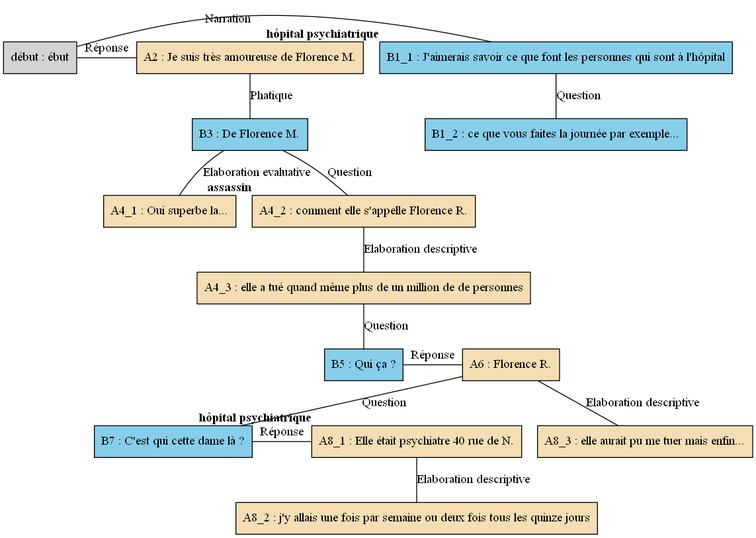
AlaixComet/AnnotationSlamPTut keeps this Graphviz diagram as arbres/Florence/Florence_-_E05.gv.png. Above is the earlier version. Its source is kept beside it as arbres/Florence/Florence_-_E05.gv.
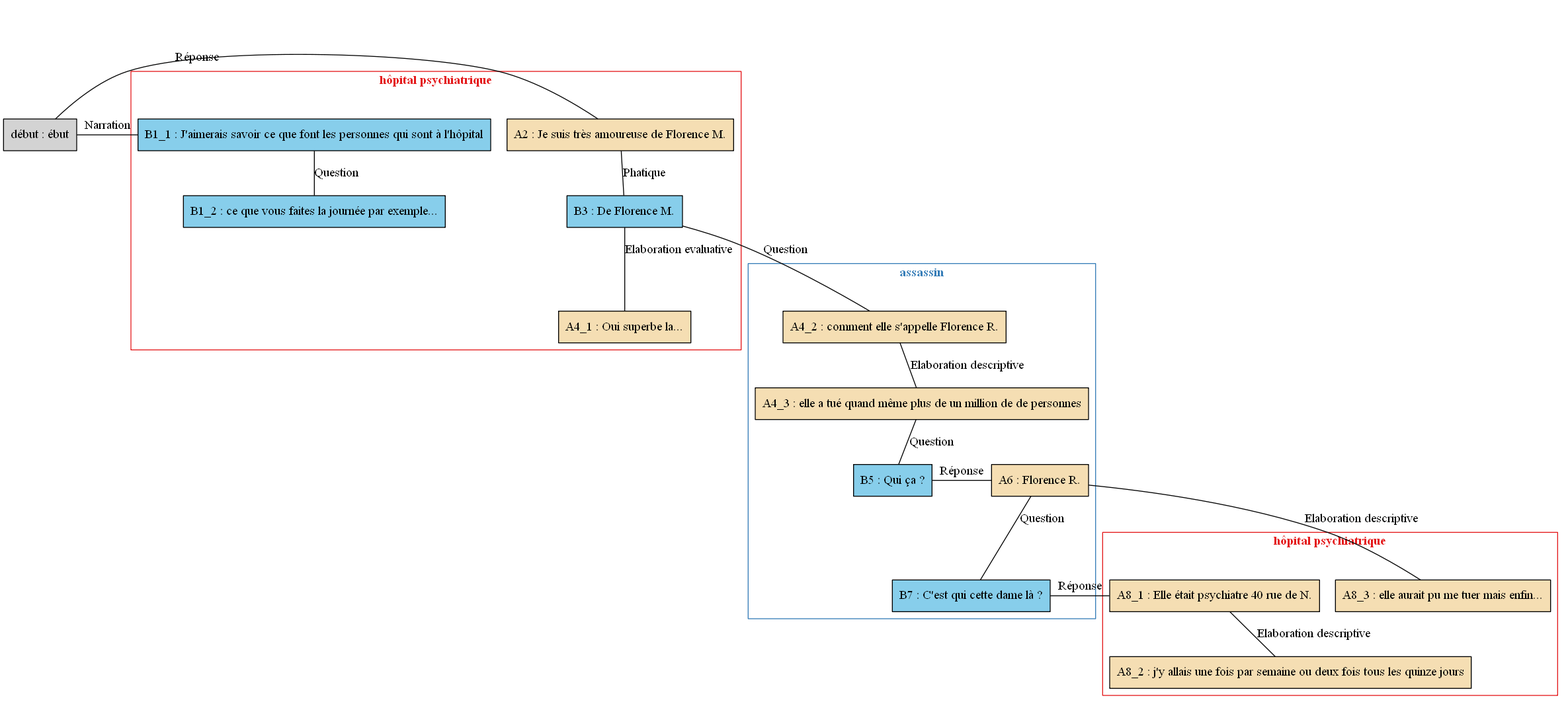
After the change.

Change to the diagram source:
```diff
@@ -1,50 +1,68 @@
 digraph E05 {
 	node [shape=box style=filled]
-	"début" [label="début : ébut" xlabel=""]
-	B1_1 [label="B1_1 : J'aimerais savoir ce que font les personnes qui sont à l'hôpital" fillcolor=skyblue xlabel=<<B>hôpital psychiatrique</B>>]
-	B1_2 [label="B1_2 : ce que vous faites la journée par exemple..." fillcolor=skyblue xlabel=""]
-	A2 [label="A2 : Je suis très amoureuse de Florence M." fillcolor=wheat xlabel=""]
-	B3 [label="B3 : De Florence M." fillcolor=skyblue xlabel=""]
-	A4_1 [label="A4_1 : Oui superbe la..." fillcolor=wheat xlabel=""]
-	A4_2 [label="A4_2 : comment elle s'appelle Florence R." fillcolor=wheat xlabel=<<B>assassin</B>>]
-	A4_3 [label="A4_3 : elle a tué quand même plus de un million de de personnes" fillcolor=wheat xlabel=""]
-	B5 [label="B5 : Qui ça ?" fillcolor=skyblue xlabel=""]
-	A6 [label="A6 : Florence R." fillcolor=wheat xlabel=""]
-	B7 [label="B7 : C'est qui cette dame là ?" fillcolor=skyblue xlabel=""]
-	A8_1 [label="A8_1 : Elle était psychiatre 40 rue de N." fillcolor=wheat xlabel=<<B>hôpital psychiatrique</B>>]
-	A8_2 [label="A8_2 : j'y allais une fois par semaine ou deux fois tous les quinze jours" fillcolor=wheat xlabel=""]
-	A8_3 [label="A8_3 : elle aurait pu me tuer mais enfin..." fillcolor=wheat xlabel=""]
-	{
-		rank=same
-		"début"
+	newrank=true
+	zero [style=invis]
+	"début" [label="début : ébut"]
+	B1_1 [label="B1_1 : J'aimerais savoir ce que font les personnes qui sont à l'hôpital" fillcolor=skyblue]
+	B1_2 [label="B1_2 : ce que vous faites la journée par exemple..." fillcolor=skyblue]
+	A2 [label="A2 : Je suis très amoureuse de Florence M." fillcolor=wheat]
+	B3 [label="B3 : De Florence M." fillcolor=skyblue]
+	A4_1 [label="A4_1 : Oui superbe la..." fillcolor=wheat]
+	A4_2 [label="A4_2 : comment elle s'appelle Florence R." fillcolor=wheat]
+	A4_3 [label="A4_3 : elle a tué quand même plus de un million de de personnes" fillcolor=wheat]
+	B5 [label="B5 : Qui ça ?" fillcolor=skyblue]
+	A6 [label="A6 : Florence R." fillcolor=wheat]
+	B7 [label="B7 : C'est qui cette dame là ?" fillcolor=skyblue]
+	A8_1 [label="A8_1 : Elle était psychiatre 40 rue de N." fillcolor=wheat]
+	A8_2 [label="A8_2 : j'y allais une fois par semaine ou deux fois tous les quinze jours" fillcolor=wheat]
+	A8_3 [label="A8_3 : elle aurait pu me tuer mais enfin..." fillcolor=wheat]
+	zero -> "début" [label="" style=invis]
+	zero -> B1_1 [style=invis weight=1]
+	"début" -> B1_1 [label=Narration constraint=false dir=none]
+	B1_1 -> B1_2 [label=Question dir=none weight=2]
+	zero -> A2 [style=invis weight=1]
+	"début" -> A2 [label="Réponse" constraint=false dir=none]
+	A2 -> B3 [label=Phatique dir=none weight=2]
+	B3 -> A4_1 [label="Elaboration evaluative" dir=none weight=2]
+	B3 -> A4_2 [label=Question dir=none weight=2]
+	A4_2 -> A4_3 [label="Elaboration descriptive" dir=none weight=2]
+	A4_3 -> B5 [label=Question dir=none weight=2]
+	A4_3 -> A6 [style=invis weight=1]
+	B5 -> A6 [label="Réponse" constraint=false dir=none]
+	A6 -> B7 [label=Question dir=none weight=2]
+	A6 -> A8_1 [style=invis weight=1]
+	B7 -> A8_1 [label="Réponse" constraint=false dir=none]
+	A8_1 -> A8_2 [label="Elaboration descriptive" dir=none weight=2]
+	A6 -> A8_3 [label="Elaboration descriptive" dir=none weight=2]
+	subgraph cluster_1 {
+		label=<<B>hôpital psychiatrique</B>>
+		colorscheme=set19
+		color=1
+		fontcolor=1
 		B1_1
-		"début" -> B1_1 [label=Narration dir=none]
+		B1_2
+		A2
+		B3
+		A4_1
 	}
-	B1_1 -> B1_2 [label=Question dir=none]
-	{
-		rank=same
-		"début"
-		A2
-		"début" -> A2 [label="Réponse" dir=none]
-	}
-	A2 -> B3 [label=Phatique dir=none]
-	B3 -> A4_1 [label="Elaboration evaluative" dir=none]
-	B3 -> A4_2 [label=Question dir=none]
-	A4_2 -> A4_3 [label="Elaboration descriptive" dir=none]
-	A4_3 -> B5 [label=Question dir=none]
-	{
-		rank=same
+	subgraph cluster_2 {
+		label=<<B>assassin</B>>
+		colorscheme=set19
+		color=2
+		fontcolor=2
+		A4_2
+		A4_3
 		B5
 		A6
-		B5 -> A6 [label="Réponse" dir=none]
+		B7
 	}
-	A6 -> B7 [label=Question dir=none]
-	{
-		rank=same
-		B7
+	subgraph cluster_3 {
+		label=<<B>hôpital psychiatrique</B>>
+		colorscheme=set19
+		color=1
+		fontcolor=1
 		A8_1
-		B7 -> A8_1 [label="Réponse" dir=none]
+		A8_2
+		A8_3
 	}
-	A8_1 -> A8_2 [label="Elaboration descriptive" dir=none]
-	A6 -> A8_3 [label="Elaboration descriptive" dir=none]
 }
```
